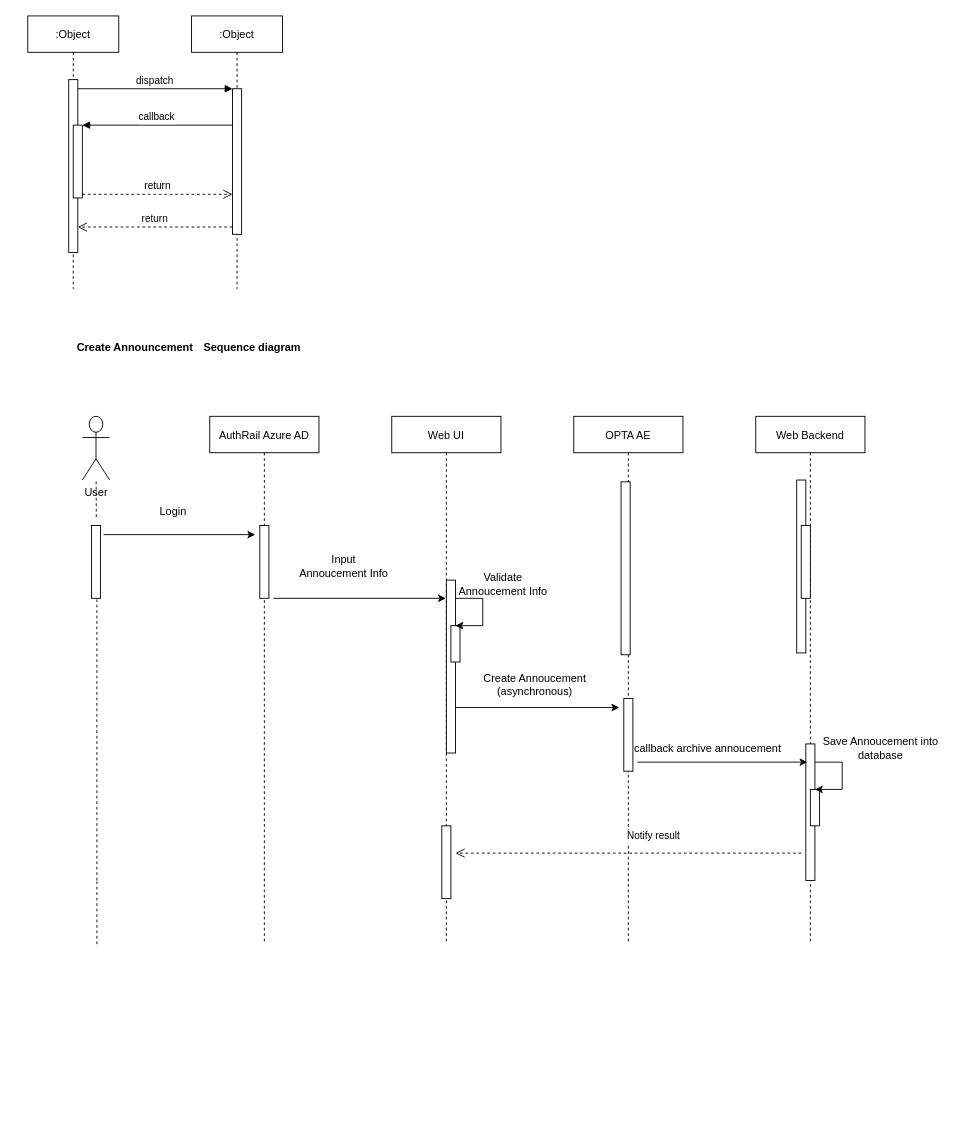
Above: announcement diagram.drawio in dieunguyen2003/deploycode (draw.io), before the change. Source tidied: cells renumbered, new cells numbered last; positions are measured from the earlier drawing's top-left corner, leaving out a move shared by most shapes. Both pictures are drawn from the tidied source at 91%, with x=0, y=0 at pixel (15, 15).
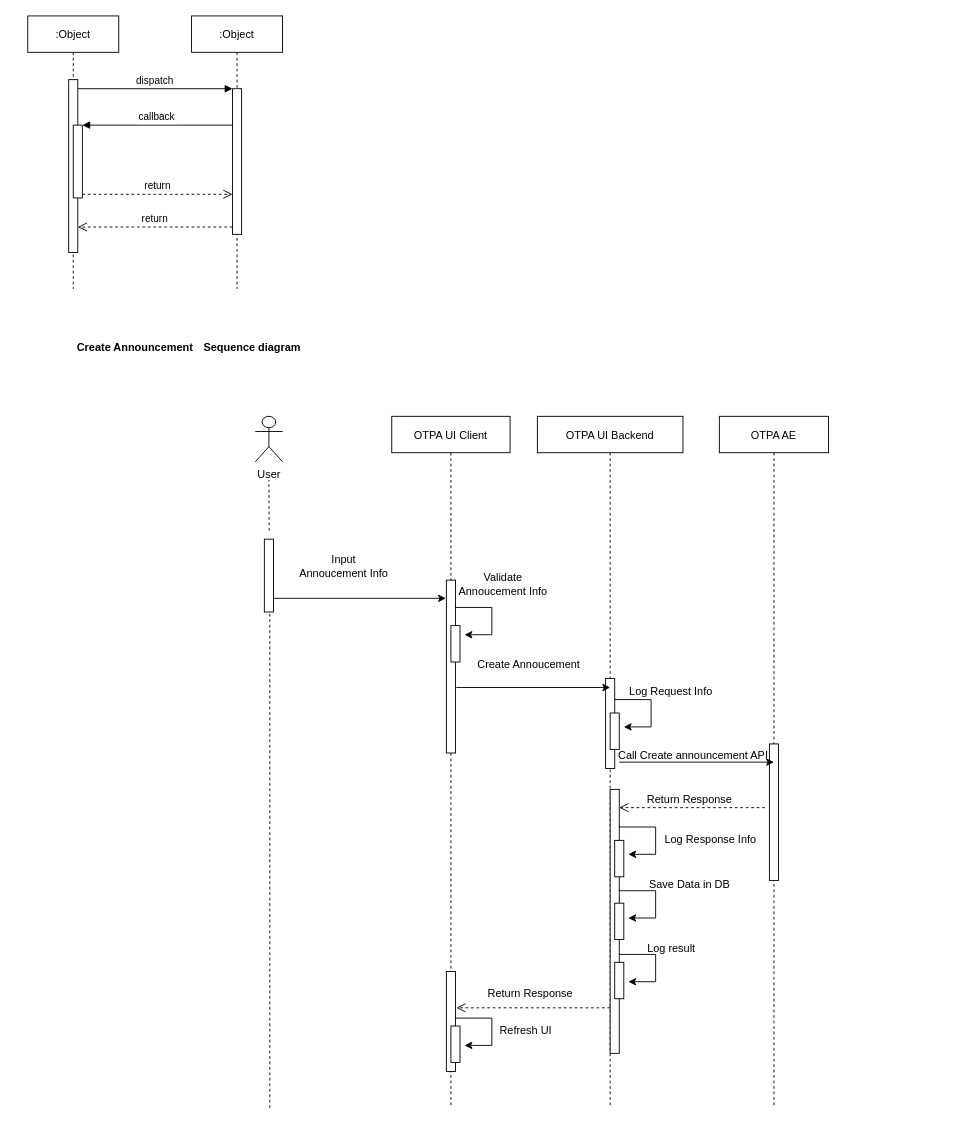
After the change.

The change refers to these unchanged cells:
```xml
<mxCell id="18" style="points=[];perimeter=orthogonalPerimeter;rounded=0;shadow=0;strokeWidth=1;" parent="17" vertex="1">
  <mxGeometry x="60" y="180" width="10" height="190" as="geometry" />
</mxCell>
```

Change to the diagram source:
```diff
@@
     <mxCell id="11" style="points=[];perimeter=orthogonalPerimeter;rounded=0;shadow=0;strokeWidth=1;" parent="1" vertex="1">
-      <mxGeometry x="83" y="560" width="10" height="80" as="geometry" />
+      <mxGeometry x="273" y="575" width="10" height="80" as="geometry" />
     </mxCell>
-    <mxCell id="12" value="AuthRail Azure AD" style="shape=umlLifeline;perimeter=lifelinePerimeter;rounded=0;shadow=0;strokeWidth=1;" parent="1" vertex="1">
-      <mxGeometry x="213" y="440" width="120" height="580" as="geometry" />
-    </mxCell>
-    <mxCell id="13" style="perimeter=orthogonalPerimeter;rounded=0;shadow=0;strokeWidth=1;" parent="12" vertex="1">
-      <mxGeometry x="55" y="120" width="10" height="80" as="geometry" />
-    </mxCell>
     <mxCell id="14" style="endArrow=none;dashed=1;html=1;rounded=0;entryX=0.6;entryY=1.014;entryDx=0;entryDy=0;entryPerimeter=0;startArrow=none;" parent="1" edge="1" target="11">
       <mxGeometry relative="1" as="geometry">
-        <mxPoint x="89" y="950" as="sourcePoint" />
+        <mxPoint x="279" y="1200" as="sourcePoint" />
       </mxGeometry>
     </mxCell>
-    <mxCell id="15" style="endArrow=none;dashed=1;html=1;rounded=0;exitX=0.533;exitY=-0.117;exitDx=0;exitDy=0;exitPerimeter=0;" parent="1" edge="1" source="11" target="16">
-      <mxGeometry relative="1" as="geometry" />
+    <mxCell id="15" style="endArrow=none;dashed=1;html=1;rounded=0;exitX=0.533;exitY=-0.117;exitDx=0;exitDy=0;exitPerimeter=0;" parent="1" edge="1" source="11">
+      <mxGeometry relative="1" as="geometry">
+        <mxPoint x="278" y="510" as="targetPoint" />
+      </mxGeometry>
     </mxCell>
     <mxCell id="16" value="User" style="shape=umlActor;verticalLabelPosition=bottom;verticalAlign=top;html=1;outlineConnect=0;" parent="1" vertex="1">
-      <mxGeometry x="73" y="440" width="30" height="70" as="geometry" />
+      <mxGeometry x="263" y="440" width="30" height="50" as="geometry" />
     </mxCell>
-    <mxCell id="17" value="Web UI" style="shape=umlLifeline;perimeter=lifelinePerimeter;rounded=0;shadow=0;strokeWidth=1;" parent="1" vertex="1">
-      <mxGeometry x="413" y="440" width="120" height="580" as="geometry" />
+    <mxCell id="17" value="OTPA UI Client" style="shape=umlLifeline;perimeter=lifelinePerimeter;rounded=0;shadow=0;strokeWidth=1;" parent="1" vertex="1">
+      <mxGeometry x="413" y="440" width="130" height="760" as="geometry" />
     </mxCell>
@@
-    <mxCell id="20" style="edgeStyle=orthogonalEdgeStyle;rounded=0;orthogonalLoop=1;jettySize=auto;html=1;" parent="17" edge="1">
-      <mxGeometry relative="1" as="geometry">
-        <mxPoint x="70" y="200" as="sourcePoint" />
-        <mxPoint x="70" y="230" as="targetPoint" />
-        <Array as="points">
-          <mxPoint x="100" y="200" />
-          <mxPoint x="100" y="230" />
-        </Array>
-      </mxGeometry>
-    </mxCell>
     <mxCell id="21" style="perimeter=orthogonalPerimeter;rounded=0;shadow=0;strokeWidth=1;" parent="17" vertex="1">
-      <mxGeometry x="55" y="450" width="10" height="80" as="geometry" />
+      <mxGeometry x="60" y="610" width="10" height="110" as="geometry" />
     </mxCell>
+    <mxCell id="44" style="perimeter=orthogonalPerimeter;rounded=0;shadow=0;strokeWidth=1;" parent="17" vertex="1">
+      <mxGeometry x="65" y="670" width="10" height="40" as="geometry" />
+    </mxCell>
+    <mxCell id="45" style="edgeStyle=orthogonalEdgeStyle;rounded=0;orthogonalLoop=1;jettySize=auto;html=1;exitX=1;exitY=0.151;exitDx=0;exitDy=0;exitPerimeter=0;" parent="17" edge="1">
+      <mxGeometry relative="1" as="geometry">
+        <mxPoint x="70" y="660" as="sourcePoint" />
+        <mxPoint x="80" y="691.3" as="targetPoint" />
+        <Array as="points">
+          <mxPoint x="70" y="661.3" />
+          <mxPoint x="110" y="661.3" />
+          <mxPoint x="110" y="691.3" />
+        </Array>
+      </mxGeometry>
+    </mxCell>
-    <mxCell id="22" value="OPTA AE" style="shape=umlLifeline;perimeter=lifelinePerimeter;rounded=0;shadow=0;strokeWidth=1;" parent="1" vertex="1">
-      <mxGeometry x="613" y="440" width="120" height="580" as="geometry" />
+    <mxCell id="22" value="OTPA UI Backend" style="shape=umlLifeline;perimeter=lifelinePerimeter;rounded=0;shadow=0;strokeWidth=1;" parent="1" vertex="1">
+      <mxGeometry x="573" y="440" width="160" height="760" as="geometry" />
     </mxCell>
-    <mxCell id="23" style="perimeter=orthogonalPerimeter;rounded=0;shadow=0;strokeWidth=1;" parent="22" vertex="1">
-      <mxGeometry x="52" y="72" width="10" height="190" as="geometry" />
-    </mxCell>
+    <mxCell id="46" style="points=[];perimeter=orthogonalPerimeter;rounded=0;shadow=0;strokeWidth=1;" parent="22" vertex="1">
+      <mxGeometry x="80" y="410" width="10" height="290" as="geometry" />
+    </mxCell>
+    <mxCell id="47" value="Log Request Info" style="text;html=1;strokeColor=none;fillColor=none;align=center;verticalAlign=middle;whiteSpace=wrap;rounded=0;" parent="22" vertex="1">
+      <mxGeometry x="85" y="288" width="124" height="30" as="geometry" />
+    </mxCell>
+    <mxCell id="48" style="perimeter=orthogonalPerimeter;rounded=0;shadow=0;strokeWidth=1;" parent="22" vertex="1">
+      <mxGeometry x="85" y="535" width="10" height="40" as="geometry" />
+    </mxCell>
+    <mxCell id="38" value="Call Create announcement API" style="text;html=1;strokeColor=none;fillColor=none;align=center;verticalAlign=middle;whiteSpace=wrap;rounded=0;" parent="22" vertex="1">
+      <mxGeometry x="85" y="358" width="173" height="29" as="geometry" />
+    </mxCell>
     <mxCell id="24" style="perimeter=orthogonalPerimeter;rounded=0;shadow=0;strokeWidth=1;" parent="22" vertex="1">
-      <mxGeometry x="55" y="310" width="10" height="80" as="geometry" />
+      <mxGeometry x="75" y="288" width="10" height="99" as="geometry" />
     </mxCell>
+    <mxCell id="49" style="perimeter=orthogonalPerimeter;rounded=0;shadow=0;strokeWidth=1;" parent="22" vertex="1">
+      <mxGeometry x="80" y="326" width="10" height="40" as="geometry" />
+    </mxCell>
+    <mxCell id="50" style="edgeStyle=orthogonalEdgeStyle;rounded=0;orthogonalLoop=1;jettySize=auto;html=1;exitX=1;exitY=0.151;exitDx=0;exitDy=0;exitPerimeter=0;" parent="22" edge="1">
+      <mxGeometry relative="1" as="geometry">
+        <mxPoint x="85" y="310" as="sourcePoint" />
+        <mxPoint x="95" y="341.3" as="targetPoint" />
+        <Array as="points">
+          <mxPoint x="85" y="311.3" />
+          <mxPoint x="125" y="311.3" />
+          <mxPoint x="125" y="341.3" />
+        </Array>
+      </mxGeometry>
+    </mxCell>
+    <mxCell id="51" style="perimeter=orthogonalPerimeter;rounded=0;shadow=0;strokeWidth=1;" parent="22" vertex="1">
+      <mxGeometry x="85" y="466" width="10" height="40" as="geometry" />
+    </mxCell>
+    <mxCell id="52" style="edgeStyle=orthogonalEdgeStyle;rounded=0;orthogonalLoop=1;jettySize=auto;html=1;exitX=1;exitY=0.151;exitDx=0;exitDy=0;exitPerimeter=0;" parent="22" edge="1">
+      <mxGeometry relative="1" as="geometry">
+        <mxPoint x="90" y="450" as="sourcePoint" />
+        <mxPoint x="100" y="481.3" as="targetPoint" />
+        <Array as="points">
+          <mxPoint x="90" y="451.3" />
+          <mxPoint x="130" y="451.3" />
+          <mxPoint x="130" y="481.3" />
+        </Array>
+      </mxGeometry>
+    </mxCell>
+    <mxCell id="53" style="edgeStyle=orthogonalEdgeStyle;rounded=0;orthogonalLoop=1;jettySize=auto;html=1;exitX=1;exitY=0.151;exitDx=0;exitDy=0;exitPerimeter=0;" parent="22" edge="1">
+      <mxGeometry relative="1" as="geometry">
+        <mxPoint x="90" y="520" as="sourcePoint" />
+        <mxPoint x="100" y="551.3" as="targetPoint" />
+        <Array as="points">
+          <mxPoint x="90" y="521.3" />
+          <mxPoint x="130" y="521.3" />
+          <mxPoint x="130" y="551.3" />
+        </Array>
+      </mxGeometry>
+    </mxCell>
+    <mxCell id="54" style="perimeter=orthogonalPerimeter;rounded=0;shadow=0;strokeWidth=1;" parent="22" vertex="1">
+      <mxGeometry x="85" y="600" width="10" height="40" as="geometry" />
+    </mxCell>
+    <mxCell id="55" style="edgeStyle=orthogonalEdgeStyle;rounded=0;orthogonalLoop=1;jettySize=auto;html=1;exitX=1;exitY=0.151;exitDx=0;exitDy=0;exitPerimeter=0;" parent="22" edge="1">
+      <mxGeometry relative="1" as="geometry">
+        <mxPoint x="90" y="590" as="sourcePoint" />
+        <mxPoint x="100" y="621.3" as="targetPoint" />
+        <Array as="points">
+          <mxPoint x="90" y="591.3" />
+          <mxPoint x="130" y="591.3" />
+          <mxPoint x="130" y="621.3" />
+        </Array>
+      </mxGeometry>
+    </mxCell>
+    <mxCell id="56" value="Refresh UI" style="text;html=1;strokeColor=none;fillColor=none;align=center;verticalAlign=middle;whiteSpace=wrap;rounded=0;" parent="22" vertex="1">
+      <mxGeometry x="-80" y="660" width="135" height="30" as="geometry" />
+    </mxCell>
-    <mxCell id="25" value="Web Backend" style="shape=umlLifeline;perimeter=lifelinePerimeter;rounded=0;shadow=0;strokeWidth=1;" parent="1" vertex="1">
-      <mxGeometry x="813" y="440" width="120" height="580" as="geometry" />
+    <mxCell id="25" value="OTPA AE" style="shape=umlLifeline;perimeter=lifelinePerimeter;rounded=0;shadow=0;strokeWidth=1;" parent="1" vertex="1">
+      <mxGeometry x="773" y="440" width="120" height="760" as="geometry" />
     </mxCell>
-    <mxCell id="26" style="perimeter=orthogonalPerimeter;rounded=0;shadow=0;strokeWidth=1;" parent="25" vertex="1">
-      <mxGeometry x="45" y="70" width="10" height="190" as="geometry" />
-    </mxCell>
-    <mxCell id="27" style="perimeter=orthogonalPerimeter;rounded=0;shadow=0;strokeWidth=1;" parent="25" vertex="1">
-      <mxGeometry x="50" y="120" width="10" height="80" as="geometry" />
-    </mxCell>
@@
-    <mxCell id="29" style="perimeter=orthogonalPerimeter;rounded=0;shadow=0;strokeWidth=1;" parent="25" vertex="1">
-      <mxGeometry x="60" y="410" width="10" height="40" as="geometry" />
-    </mxCell>
-    <mxCell id="30" style="edgeStyle=orthogonalEdgeStyle;rounded=0;orthogonalLoop=1;jettySize=auto;html=1;" parent="25" edge="1">
-      <mxGeometry relative="1" as="geometry">
-        <mxPoint x="65" y="380" as="sourcePoint" />
-        <mxPoint x="65" y="410" as="targetPoint" />
-        <Array as="points">
-          <mxPoint x="95" y="380" />
-          <mxPoint x="95" y="410" />
-        </Array>
-      </mxGeometry>
-    </mxCell>
-    <mxCell id="31" style="endArrow=classic;html=1;rounded=0;exitX=1.333;exitY=0.125;exitDx=0;exitDy=0;exitPerimeter=0;" parent="1" edge="1" source="11">
-      <mxGeometry relative="1" as="geometry">
-        <mxPoint x="263" y="570" as="targetPoint" />
-      </mxGeometry>
-    </mxCell>
-    <mxCell id="32" value="Login" style="text;html=1;strokeColor=none;fillColor=none;align=center;verticalAlign=middle;whiteSpace=wrap;rounded=0;" parent="1" vertex="1">
-      <mxGeometry x="143" y="530" width="60" height="30" as="geometry" />
-    </mxCell>
+    <mxCell id="40" value="Log Response Info" style="text;html=1;strokeColor=none;fillColor=none;align=center;verticalAlign=middle;whiteSpace=wrap;rounded=0;" parent="25" vertex="1">
+      <mxGeometry x="-77" y="450" width="135" height="30" as="geometry" />
+    </mxCell>
@@
+    <mxCell id="39" style="endArrow=classic;html=1;rounded=0;" parent="1" edge="1">
+      <mxGeometry relative="1" as="geometry">
+        <mxPoint x="663" y="820" as="sourcePoint" />
+        <mxPoint x="833" y="820" as="targetPoint" />
+      </mxGeometry>
+    </mxCell>
+    <mxCell id="41" style="verticalAlign=bottom;endArrow=open;dashed=1;endSize=8;shadow=0;strokeWidth=1;" parent="1" edge="1" target="46">
+      <mxGeometry x="-0.15" y="-10" relative="1" as="geometry">
+        <mxPoint x="823" y="870" as="sourcePoint" />
+      </mxGeometry>
+    </mxCell>
+    <mxCell id="43" value="&lt;h4 style=&quot;margin-left:.6in;text-align:justify;mso-list:l1 level4 lfo1&quot;&gt;&lt;span lang=&quot;EN-GB&quot;&gt;&lt;span style=&quot;font-variant-numeric: normal; font-variant-east-asian: normal; font-stretch: normal; line-height: normal;&quot;&gt;Create Announcement&lt;/span&gt;&lt;span style=&quot;font-variant-numeric: normal; font-variant-east-asian: normal; font-weight: normal; font-stretch: normal; font-size: 7pt; line-height: normal; font-family: &amp;quot;Times New Roman&amp;quot;;&quot;&gt;&amp;nbsp; &amp;nbsp; &amp;nbsp;&lt;/span&gt;&lt;/span&gt;&lt;span lang=&quot;EN-GB&quot;&gt;Sequence diagram&lt;/span&gt;&lt;/h4&gt;" style="text;html=1;align=center;verticalAlign=middle;strokeColor=none;fillColor=none;" parent="1" vertex="1">
+      <mxGeometry y="336" width="322" height="58" as="geometry" />
+    </mxCell>
+    <mxCell id="57" style="edgeStyle=orthogonalEdgeStyle;rounded=0;jettySize=auto;html=1;exitX=1;exitY=0.151;exitDx=0;exitDy=0;exitPerimeter=0;" parent="1" edge="1" source="18">
+      <mxGeometry relative="1" as="geometry">
+        <mxPoint x="493" y="680" as="targetPoint" />
+        <Array as="points">
+          <mxPoint x="483" y="650" />
+          <mxPoint x="523" y="650" />
+          <mxPoint x="523" y="680" />
+        </Array>
+      </mxGeometry>
+    </mxCell>
+    <mxCell id="37" style="endArrow=classic;html=1;rounded=0;exitX=1.333;exitY=0.125;exitDx=0;exitDy=0;exitPerimeter=0;" parent="1" edge="1">
+      <mxGeometry relative="1" as="geometry">
+        <mxPoint x="484" y="738" as="sourcePoint" />
+        <mxPoint x="653" y="738" as="targetPoint" />
+      </mxGeometry>
+    </mxCell>
-    <mxCell id="36" value="Create Annoucement (asynchronous)" style="text;html=1;strokeColor=none;fillColor=none;align=center;verticalAlign=middle;whiteSpace=wrap;rounded=0;" parent="1" vertex="1">
-      <mxGeometry x="508" y="720" width="125" height="30" as="geometry" />
+    <mxCell id="36" value="Create Annoucement&amp;nbsp;" style="text;html=1;strokeColor=none;fillColor=none;align=center;verticalAlign=middle;whiteSpace=wrap;rounded=0;" parent="1" vertex="1">
+      <mxGeometry x="503" y="698" width="125" height="30" as="geometry" />
     </mxCell>
-    <mxCell id="37" style="endArrow=classic;html=1;rounded=0;exitX=1.333;exitY=0.125;exitDx=0;exitDy=0;exitPerimeter=0;" parent="1" edge="1">
-      <mxGeometry relative="1" as="geometry">
-        <mxPoint x="483" y="760" as="sourcePoint" />
-        <mxPoint x="663" y="760" as="targetPoint" />
-      </mxGeometry>
-    </mxCell>
-    <mxCell id="38" value="callback archive annoucement" style="text;html=1;strokeColor=none;fillColor=none;align=center;verticalAlign=middle;whiteSpace=wrap;rounded=0;" parent="1" vertex="1">
-      <mxGeometry x="678" y="790" width="165" height="30" as="geometry" />
-    </mxCell>
-    <mxCell id="39" style="endArrow=classic;html=1;rounded=0;exitX=1.333;exitY=0.125;exitDx=0;exitDy=0;exitPerimeter=0;entryX=0.167;entryY=0.25;entryDx=0;entryDy=0;entryPerimeter=0;" parent="1" edge="1">
-      <mxGeometry relative="1" as="geometry">
-        <mxPoint x="683" y="820" as="sourcePoint" />
-        <mxPoint x="869.7" y="820" as="targetPoint" />
-      </mxGeometry>
-    </mxCell>
-    <mxCell id="40" value="Save Annoucement into database" style="text;html=1;strokeColor=none;fillColor=none;align=center;verticalAlign=middle;whiteSpace=wrap;rounded=0;" parent="1" vertex="1">
-      <mxGeometry x="883" y="790" width="135" height="30" as="geometry" />
-    </mxCell>
-    <mxCell id="41" value="Notify result" style="verticalAlign=bottom;endArrow=open;dashed=1;endSize=8;exitX=0;exitY=0.95;shadow=0;strokeWidth=1;" parent="1" edge="1">
-      <mxGeometry x="-0.15" y="-10" relative="1" as="geometry">
-        <mxPoint x="863" y="920" as="sourcePoint" />
-        <mxPoint x="483" y="920" as="targetPoint" />
-      </mxGeometry>
-    </mxCell>
-    <mxCell id="42" style="endArrow=none;dashed=1;html=1;rounded=0;entryX=0.6;entryY=1.014;entryDx=0;entryDy=0;entryPerimeter=0;" parent="1" edge="1">
-      <mxGeometry relative="1" as="geometry">
-        <mxPoint x="89" y="1020" as="sourcePoint" />
-        <mxPoint x="89" y="951.1" as="targetPoint" />
-      </mxGeometry>
-    </mxCell>
-    <mxCell id="43" value="&lt;h4 style=&quot;margin-left:.6in;text-align:justify;mso-list:l1 level4 lfo1&quot;&gt;&lt;span lang=&quot;EN-GB&quot;&gt;&lt;span style=&quot;font-variant-numeric: normal; font-variant-east-asian: normal; font-stretch: normal; line-height: normal;&quot;&gt;Create Announcement&lt;/span&gt;&lt;span style=&quot;font-variant-numeric: normal; font-variant-east-asian: normal; font-weight: normal; font-stretch: normal; font-size: 7pt; line-height: normal; font-family: &amp;quot;Times New Roman&amp;quot;;&quot;&gt;&amp;nbsp; &amp;nbsp; &amp;nbsp;&lt;/span&gt;&lt;/span&gt;&lt;span lang=&quot;EN-GB&quot;&gt;Sequence diagram&lt;/span&gt;&lt;/h4&gt;" style="text;html=1;align=center;verticalAlign=middle;strokeColor=none;fillColor=none;" parent="1" vertex="1">
-      <mxGeometry y="336" width="322" height="58" as="geometry" />
-    </mxCell>
+    <mxCell id="58" value="Save Data in DB" style="text;html=1;strokeColor=none;fillColor=none;align=center;verticalAlign=middle;whiteSpace=wrap;rounded=0;" parent="1" vertex="1">
+      <mxGeometry x="673" y="940" width="135" height="30" as="geometry" />
+    </mxCell>
+    <mxCell id="59" value="Log result" style="text;html=1;strokeColor=none;fillColor=none;align=center;verticalAlign=middle;whiteSpace=wrap;rounded=0;" parent="1" vertex="1">
+      <mxGeometry x="653" y="1010" width="135" height="30" as="geometry" />
+    </mxCell>
+    <mxCell id="60" style="verticalAlign=bottom;endArrow=open;dashed=1;endSize=8;shadow=0;strokeWidth=1;" parent="1" edge="1">
+      <mxGeometry x="-0.15" y="-10" relative="1" as="geometry">
+        <mxPoint x="653" y="1090" as="sourcePoint" />
+        <mxPoint x="484" y="1090" as="targetPoint" />
+      </mxGeometry>
+    </mxCell>
+    <mxCell id="61" value="Return Response" style="text;html=1;strokeColor=none;fillColor=none;align=center;verticalAlign=middle;whiteSpace=wrap;rounded=0;" parent="1" vertex="1">
+      <mxGeometry x="673" y="846" width="135" height="30" as="geometry" />
+    </mxCell>
+    <mxCell id="62" value="Return Response" style="text;html=1;strokeColor=none;fillColor=none;align=center;verticalAlign=middle;whiteSpace=wrap;rounded=0;" parent="1" vertex="1">
+      <mxGeometry x="498" y="1060" width="135" height="30" as="geometry" />
+    </mxCell>
```
